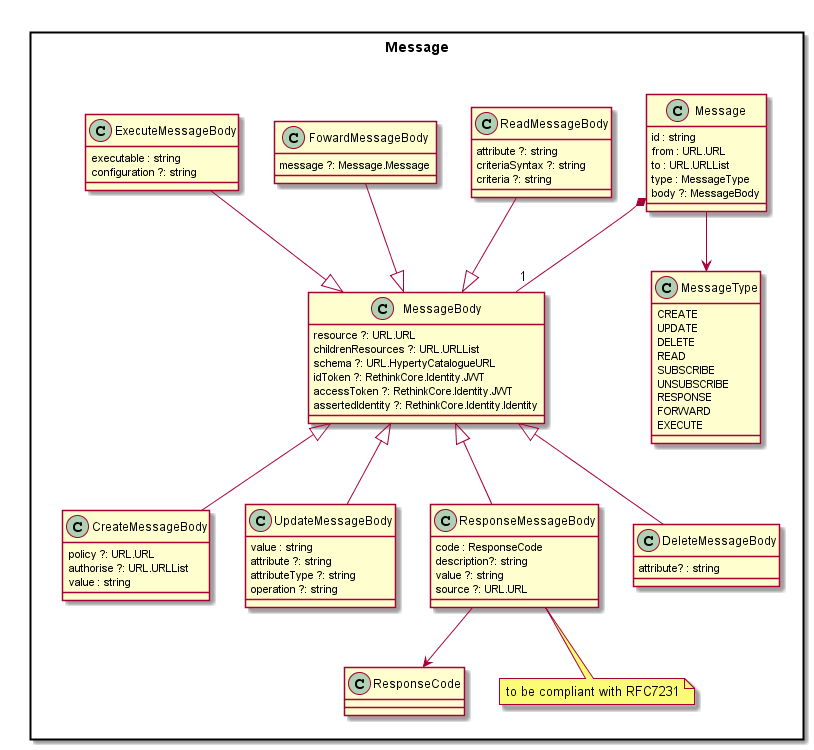
Earlier version of the PlantUML export docs/datamodel/Message-Data-Model.png (reTHINK-project/dev-service-framework).
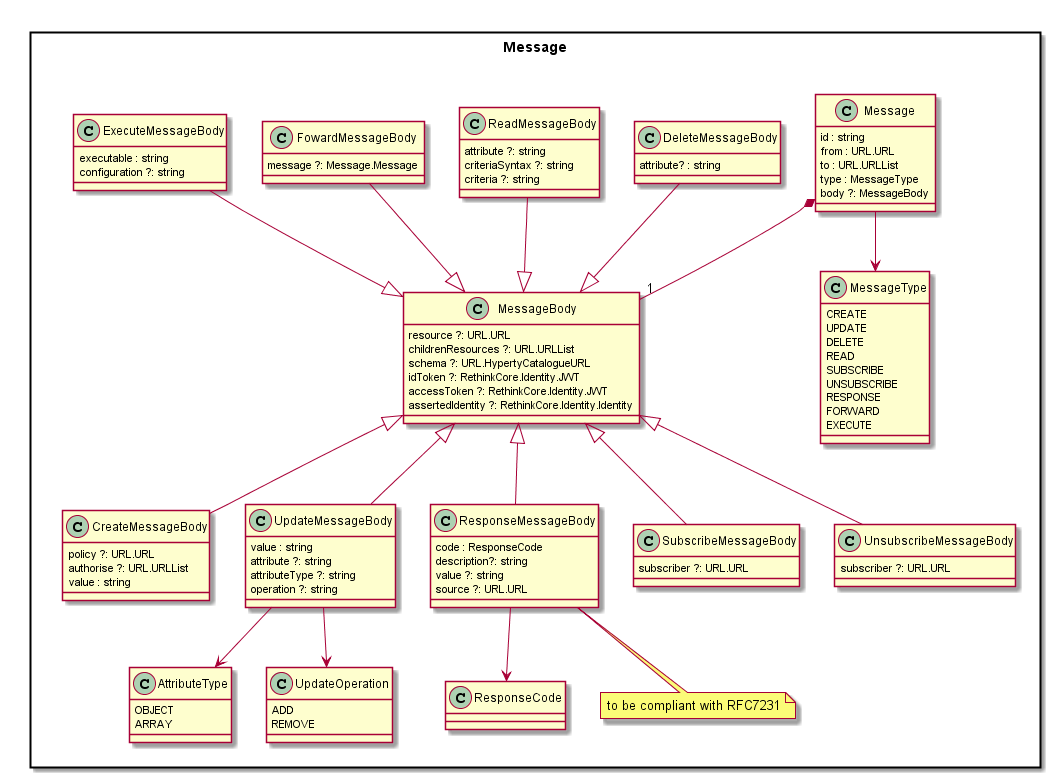
The same file after the commit.

What changed in the source:
```diff
@@ -53,6 +53,14 @@
 		criteria ?: string
 	}
 
+	class SubscribeMessageBody {
+		subscriber ?: URL.URL
+	}
+
+	class UnsubscribeMessageBody {
+		subscriber ?: URL.URL
+	}
+
 	class FowardMessageBody {
 		message ?: Message.Message
 	}
@@ -74,18 +82,32 @@
 			EXECUTE
 	}
 
+	class AttributeType {
+	  	OBJECT
+	  	ARRAY
+	}
+
+	class UpdateOperation {
+	  	ADD
+	  	REMOVE
+	}
+
 	Message --> MessageType
 	Message *-- "1" MessageBody
 
 	CreateMessageBody -up-|> MessageBody
 	UpdateMessageBody -up-|> MessageBody
 	ResponseMessageBody -up-|> MessageBody
-	DeleteMessageBody -up-|> MessageBody
+	SubscribeMessageBody -up-|> MessageBody
+	UnsubscribeMessageBody -up-|> MessageBody
+	DeleteMessageBody -down-|> MessageBody
 	ReadMessageBody -down-|> MessageBody
 	FowardMessageBody -down-|> MessageBody
 	ExecuteMessageBody -down-|> MessageBody
 
 	ResponseMessageBody --> ResponseCode
+	UpdateMessageBody --> UpdateOperation
+	UpdateMessageBody --> AttributeType
 }
 
 @enduml
```
